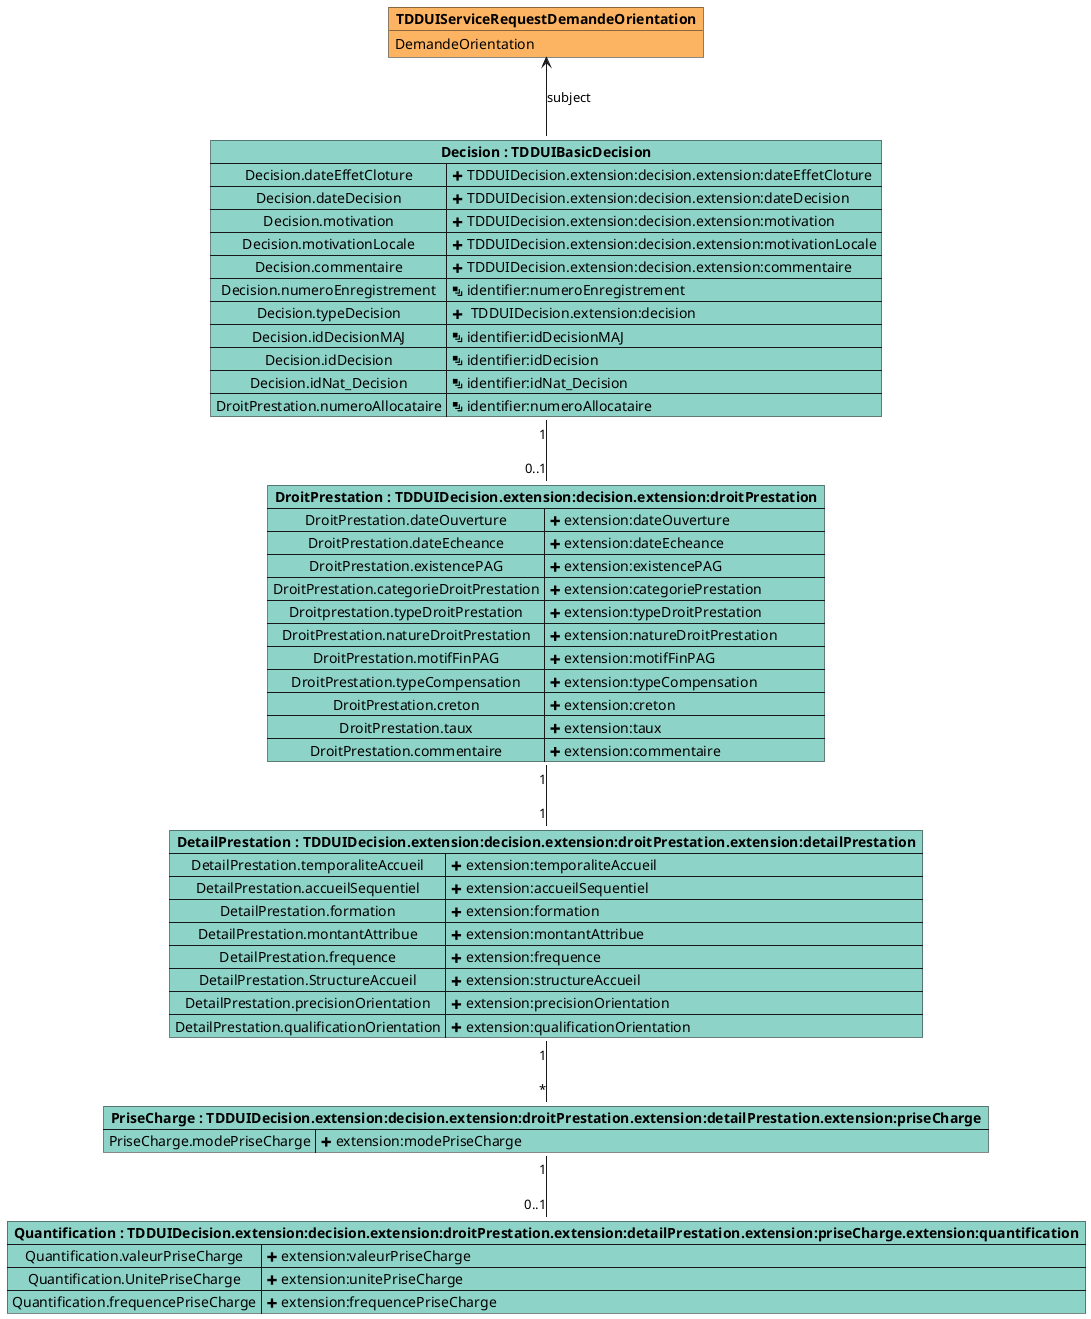
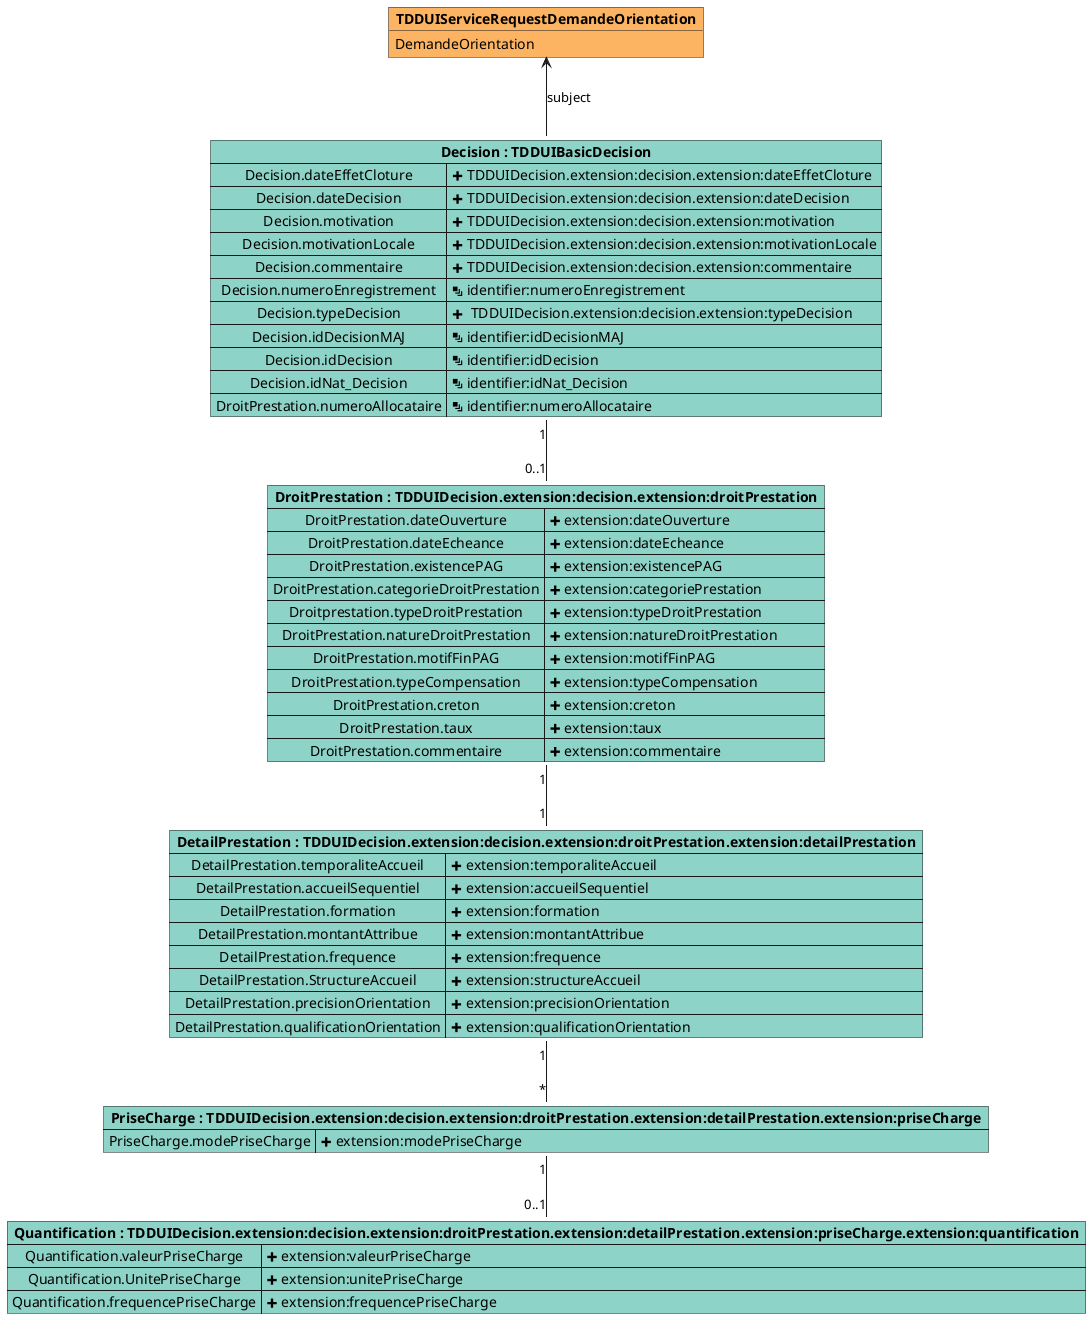
@startuml

object "**TDDUIServiceRequestDemandeOrientation**" as DemandeOrientation #fdb462 {
    DemandeOrientation
}

map "**Decision : TDDUIBasicDecision**" as Decision #8dd3c7 {
    Decision.dateEffetCloture => <&plus> TDDUIDecision.extension:decision.extension:dateEffetCloture
    Decision.dateDecision => <&plus> TDDUIDecision.extension:decision.extension:dateDecision
    Decision.motivation => <&plus> TDDUIDecision.extension:decision.extension:motivation
    Decision.motivationLocale => <&plus> TDDUIDecision.extension:decision.extension:motivationLocale
    Decision.commentaire => <&plus> TDDUIDecision.extension:decision.extension:commentaire
    Decision.numeroEnregistrement => <&layers> identifier:numeroEnregistrement
-     Decision.typeDecision => <&plus>  TDDUIDecision.extension:decision
+     Decision.typeDecision => <&plus>  TDDUIDecision.extension:decision.extension:typeDecision
    Decision.idDecisionMAJ => <&layers> identifier:idDecisionMAJ
    Decision.idDecision => <&layers> identifier:idDecision
    Decision.idNat_Decision => <&layers> identifier:idNat_Decision
    DroitPrestation.numeroAllocataire => <&layers> identifier:numeroAllocataire
    }

map "**DroitPrestation : TDDUIDecision.extension:decision.extension:droitPrestation**" as DroitPrestation #8dd3c7 {

    DroitPrestation.dateOuverture => <&plus> extension:dateOuverture
    DroitPrestation.dateEcheance => <&plus> extension:dateEcheance
    DroitPrestation.existencePAG => <&plus> extension:existencePAG
    DroitPrestation.categorieDroitPrestation => <&plus> extension:categoriePrestation
    Droitprestation.typeDroitPrestation => <&plus> extension:typeDroitPrestation
    DroitPrestation.natureDroitPrestation => <&plus> extension:natureDroitPrestation
    DroitPrestation.motifFinPAG => <&plus> extension:motifFinPAG
    DroitPrestation.typeCompensation => <&plus> extension:typeCompensation
    DroitPrestation.creton => <&plus> extension:creton
    DroitPrestation.taux => <&plus> extension:taux
    DroitPrestation.commentaire => <&plus> extension:commentaire
}

map "**DetailPrestation : TDDUIDecision.extension:decision.extension:droitPrestation.extension:detailPrestation**" as DetailPrestation #8dd3c7 {
    DetailPrestation.temporaliteAccueil => <&plus> extension:temporaliteAccueil
    DetailPrestation.accueilSequentiel => <&plus> extension:accueilSequentiel
    DetailPrestation.formation => <&plus> extension:formation
    DetailPrestation.montantAttribue => <&plus> extension:montantAttribue
    DetailPrestation.frequence => <&plus> extension:frequence
    DetailPrestation.StructureAccueil => <&plus> extension:structureAccueil
    DetailPrestation.precisionOrientation => <&plus> extension:precisionOrientation
    DetailPrestation.qualificationOrientation => <&plus> extension:qualificationOrientation
}

map "**PriseCharge : TDDUIDecision.extension:decision.extension:droitPrestation.extension:detailPrestation.extension:priseCharge**" as PriseCharge #8dd3c7 {
    PriseCharge.modePriseCharge => <&plus> extension:modePriseCharge
}
map "**Quantification : TDDUIDecision.extension:decision.extension:droitPrestation.extension:detailPrestation.extension:priseCharge.extension:quantification**" as Quantification #8dd3c7 {
    Quantification.valeurPriseCharge => <&plus> extension:valeurPriseCharge
    Quantification.UnitePriseCharge => <&plus> extension:unitePriseCharge
    Quantification.frequencePriseCharge => <&plus> extension:frequencePriseCharge

}

Decision -u-> DemandeOrientation : subject
Decision "1" -d- "0..1" DroitPrestation
DroitPrestation "1" -d- "1" DetailPrestation
DetailPrestation "1" -d- "*" PriseCharge
PriseCharge "1" -d- "0..1" Quantification


@enduml